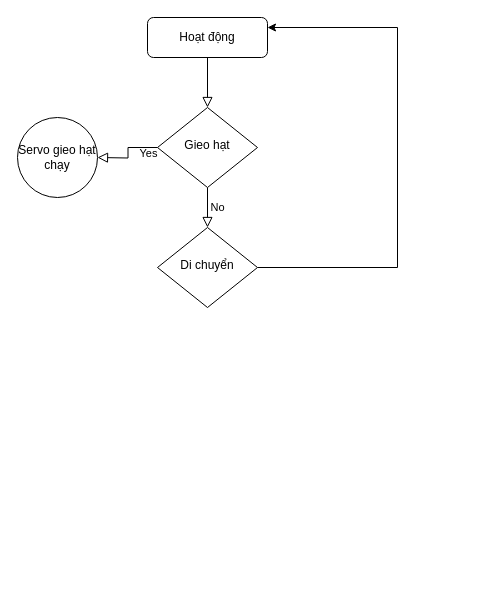
huyca0403/Tran-Duc-Huy keeps this draw.io diagram as VSAR.drawio. Above is the earlier version. Source tidied: cells renumbered, new cells numbered last; positions are measured from the earlier drawing's top-left corner, leaving out a move shared by most shapes. Both pictures are drawn from the tidied source at 100%, with x=0, y=0 at pixel (17, 17).
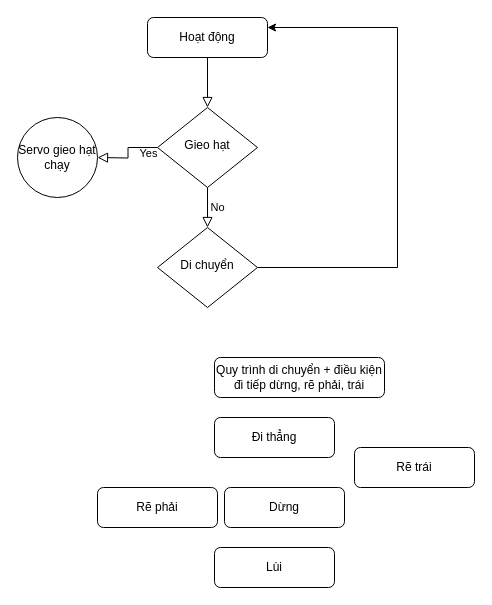
The same diagram, later.

Commit message (it also covers changes not shown here):
Cập nhật VSAR.drawio

The edit, as a diff of the source:
```diff
@@
 <mxGraphModel>
   <root>
     <mxCell id="0" />
     <mxCell id="1" parent="0" />
     <mxCell id="2" style="rounded=0;html=1;jettySize=auto;fontSize=11;endArrow=block;endFill=0;endSize=8;strokeWidth=1;shadow=0;labelBackgroundColor=none;edgeStyle=orthogonalEdgeStyle;" parent="1" edge="1" source="3" target="6">
       <mxGeometry relative="1" as="geometry" />
     </mxCell>
     <mxCell id="3" value="Hoạt động" style="rounded=1;whiteSpace=wrap;html=1;fontSize=12;glass=0;strokeWidth=1;shadow=0;" parent="1" vertex="1">
       <mxGeometry x="130" width="120" height="40" as="geometry" />
     </mxCell>
     <mxCell id="4" value="Yes" style="rounded=0;html=1;jettySize=auto;fontSize=11;endArrow=block;endFill=0;endSize=8;strokeWidth=1;shadow=0;labelBackgroundColor=none;edgeStyle=orthogonalEdgeStyle;" parent="1" edge="1" source="6">
       <mxGeometry y="20" relative="1" as="geometry">
         <mxPoint x="80" y="140" as="targetPoint" />
       </mxGeometry>
     </mxCell>
     <mxCell id="5" value="No" style="edgeStyle=orthogonalEdgeStyle;rounded=0;html=1;jettySize=auto;fontSize=11;endArrow=block;endFill=0;endSize=8;strokeWidth=1;shadow=0;labelBackgroundColor=none;" parent="1" edge="1" source="6" target="8">
       <mxGeometry y="10" relative="1" as="geometry" />
     </mxCell>
     <mxCell id="6" value="Gieo hạt" style="rhombus;whiteSpace=wrap;html=1;shadow=0;fontFamily=Helvetica;fontSize=12;align=center;strokeWidth=1;spacing=6;spacingTop=-4;" parent="1" vertex="1">
       <mxGeometry x="140" y="90" width="100" height="80" as="geometry" />
     </mxCell>
     <mxCell id="7" style="edgeStyle=orthogonalEdgeStyle;rounded=0;jettySize=auto;html=1;entryX=1;entryY=0.25;entryDx=0;entryDy=0;" parent="1" edge="1" source="8" target="3">
       <mxGeometry relative="1" as="geometry">
         <Array as="points">
           <mxPoint x="380" y="250" />
           <mxPoint x="380" y="10" />
         </Array>
       </mxGeometry>
     </mxCell>
     <mxCell id="8" value="Di chuyển" style="rhombus;whiteSpace=wrap;html=1;shadow=0;fontFamily=Helvetica;fontSize=12;align=center;strokeWidth=1;spacing=6;spacingTop=-4;" parent="1" vertex="1">
       <mxGeometry x="140" y="210" width="100" height="80" as="geometry" />
     </mxCell>
     <mxCell id="9" value="Servo gieo hạt chạy" style="ellipse;whiteSpace=wrap;html=1;" parent="1" vertex="1">
       <mxGeometry y="100" width="80" height="80" as="geometry" />
     </mxCell>
+    <mxCell id="10" value="Quy trình di chuyển + điều kiện đi tiếp dừng, rẽ phải, trái" style="rounded=1;whiteSpace=wrap;html=1;" parent="1" vertex="1">
+      <mxGeometry x="197" y="340" width="170" height="40" as="geometry" />
+    </mxCell>
+    <mxCell id="11" value="Đi thẳng" style="rounded=1;whiteSpace=wrap;html=1;" parent="1" vertex="1">
+      <mxGeometry x="197" y="400" width="120" height="40" as="geometry" />
+    </mxCell>
+    <mxCell id="12" value="Rẽ phải" style="rounded=1;whiteSpace=wrap;html=1;" parent="1" vertex="1">
+      <mxGeometry x="80" y="470" width="120" height="40" as="geometry" />
+    </mxCell>
+    <mxCell id="13" value="Rẽ trái" style="rounded=1;whiteSpace=wrap;html=1;" parent="1" vertex="1">
+      <mxGeometry x="337" y="430" width="120" height="40" as="geometry" />
+    </mxCell>
+    <mxCell id="14" value="Lùi" style="rounded=1;whiteSpace=wrap;html=1;" parent="1" vertex="1">
+      <mxGeometry x="197" y="530" width="120" height="40" as="geometry" />
+    </mxCell>
+    <mxCell id="15" value="Dừng" style="rounded=1;whiteSpace=wrap;html=1;" parent="1" vertex="1">
+      <mxGeometry x="207" y="470" width="120" height="40" as="geometry" />
+    </mxCell>
   </root>
 </mxGraphModel>
```
